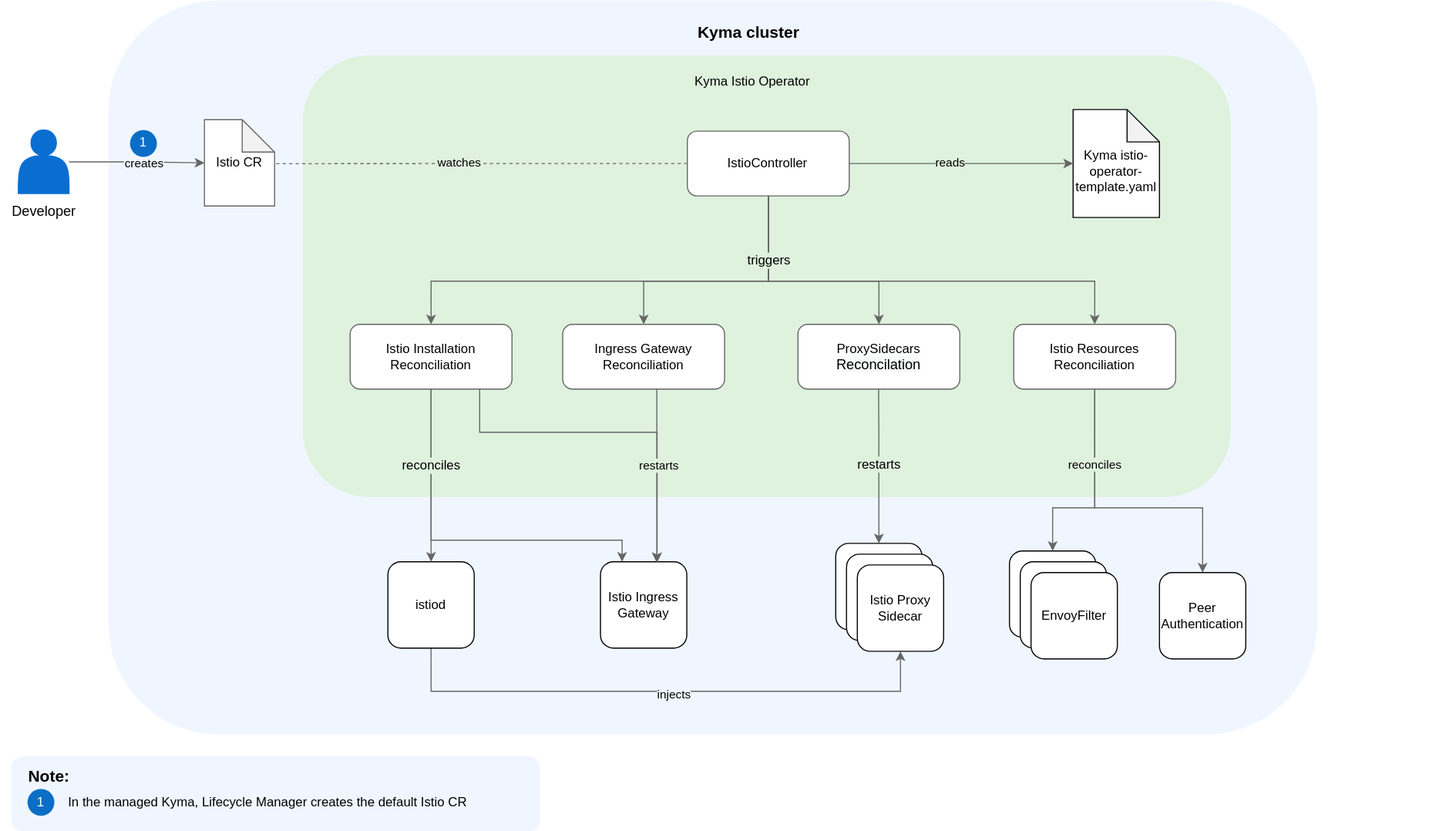
Earlier version of the draw.io export docs/assets/istio-operator-overview.svg (kyma-project/istio). Source tidied: cells renumbered, new cells last; positions are measured from the earlier drawing's top-left corner, leaving out a move shared by most shapes.
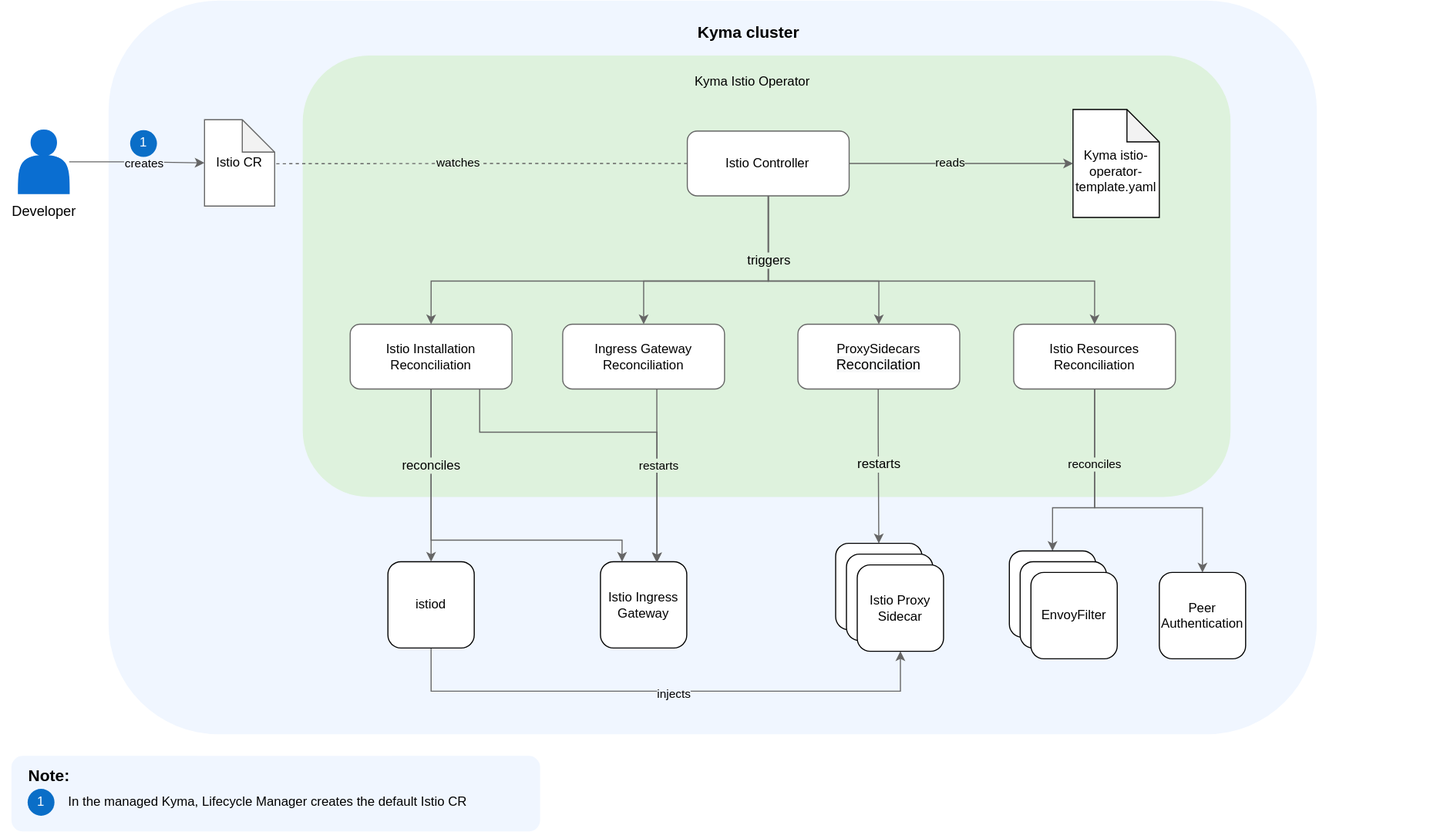
After the change.

Commit message:
Add info about Istio CR

The edit, as a diff of the source:
```diff
@@ -32,7 +32,7 @@
         </Array>
       </mxGeometry>
     </mxCell>
-    <mxCell id="7" value="IstioController" style="rounded=1;whiteSpace=wrap;html=1;strokeColor=#666666;" parent="1" vertex="1">
+    <mxCell id="7" value="Istio Controller" style="rounded=1;whiteSpace=wrap;html=1;strokeColor=#666666;" parent="1" vertex="1">
       <mxGeometry x="636.5" y="121" width="150" height="60" as="geometry" />
     </mxCell>
     <mxCell id="8" style="edgeStyle=orthogonalEdgeStyle;rounded=0;jettySize=auto;html=1;entryX=0.5;entryY=0;entryDx=0;entryDy=0;strokeColor=#666666;" parent="1" edge="1" source="7" target="24">
```
